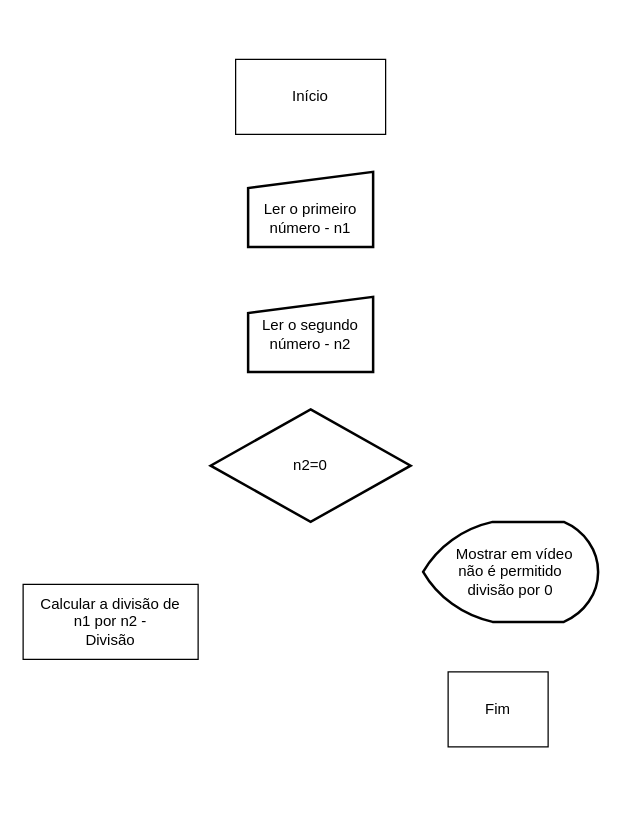
This is Diagrama sem nome.drawio from isabellichrispiniano/projetoAlma-TIPI01, a draw.io file, before an edit. Source tidied: cells renumbered, new cells numbered last; positions are measured from the earlier drawing's top-left corner, leaving out a move shared by most shapes. Both pictures are drawn from the tidied source at 125%, with x=0, y=0 at pixel (22, 59).
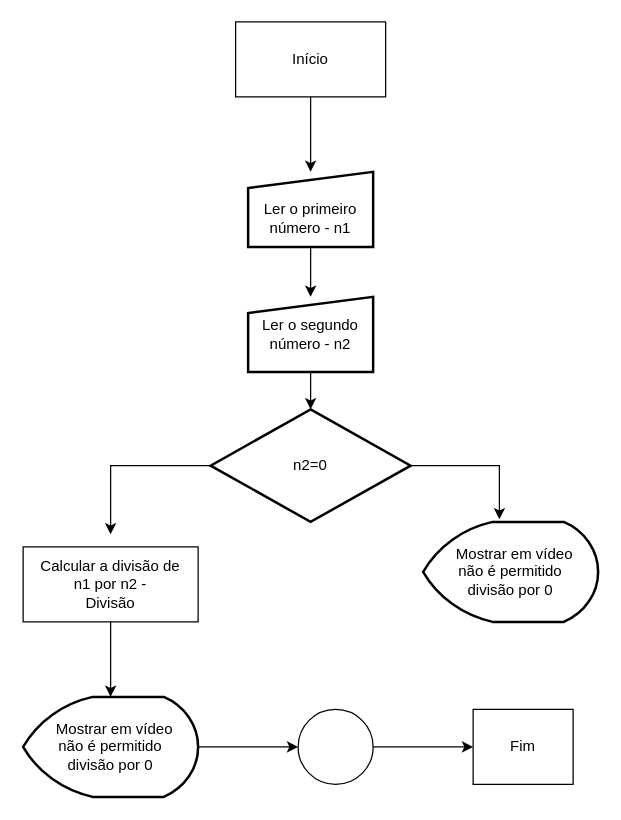
The same page after the edit.

The change refers to these unchanged cells:
```xml
<mxCell id="4" value="&lt;br&gt;Ler o primeiro&lt;br&gt;número - n1" style="html=1;strokeWidth=2;shape=manualInput;whiteSpace=wrap;rounded=1;size=13;arcSize=0;" parent="1" vertex="1">
  <mxGeometry x="180" y="90" width="100" height="60" as="geometry" />
</mxCell>
<mxCell id="5" value="Ler o segundo número - n2" style="html=1;strokeWidth=2;shape=manualInput;whiteSpace=wrap;rounded=1;size=13;arcSize=0;" parent="1" vertex="1">
  <mxGeometry x="180" y="190" width="100" height="60" as="geometry" />
</mxCell>
<mxCell id="6" value="n2=0" style="strokeWidth=2;html=1;shape=mxgraph.flowchart.decision;whiteSpace=wrap;" parent="1" vertex="1">
  <mxGeometry x="150" y="280" width="160" height="90" as="geometry" />
</mxCell>
<mxCell id="8" value="&amp;nbsp; &amp;nbsp;Mostrar em vídeo&amp;nbsp;&lt;br&gt;não é permitido&lt;br&gt;divisão por 0" style="strokeWidth=2;html=1;shape=mxgraph.flowchart.display;whiteSpace=wrap;" parent="1" vertex="1">
  <mxGeometry x="320" y="370" width="140" height="80" as="geometry" />
</mxCell>
```

Change to the diagram source:
```diff
@@
+    <mxCell id="9" style="edgeStyle=orthogonalEdgeStyle;rounded=0;jettySize=auto;html=1;" parent="1" edge="1" source="2" target="4">
+      <mxGeometry relative="1" as="geometry" />
+    </mxCell>
     <mxCell id="2" value="Início&lt;br&gt;" style="rounded=0;whiteSpace=wrap;html=1;" parent="1" vertex="1">
-      <mxGeometry x="170" width="120" height="60" as="geometry" />
+      <mxGeometry x="170" y="-30" width="120" height="60" as="geometry" />
     </mxCell>
     <mxCell id="3" value="Fim" style="rounded=0;whiteSpace=wrap;html=1;" parent="1" vertex="1">
-      <mxGeometry x="340" y="490" width="80" height="60" as="geometry" />
+      <mxGeometry x="360" y="520" width="80" height="60" as="geometry" />
     </mxCell>
+    <mxCell id="10" style="edgeStyle=orthogonalEdgeStyle;rounded=0;jettySize=auto;html=1;" parent="1" edge="1" source="4" target="5">
+      <mxGeometry relative="1" as="geometry" />
+    </mxCell>
@@
+    <mxCell id="11" style="edgeStyle=orthogonalEdgeStyle;rounded=0;jettySize=auto;html=1;" parent="1" edge="1" source="5" target="6">
+      <mxGeometry relative="1" as="geometry" />
+    </mxCell>
@@
+    <mxCell id="12" style="edgeStyle=orthogonalEdgeStyle;rounded=0;jettySize=auto;html=1;" parent="1" edge="1" source="6">
+      <mxGeometry relative="1" as="geometry">
+        <mxPoint x="70" y="380" as="targetPoint" />
+        <Array as="points">
+          <mxPoint x="70" y="325" />
+        </Array>
+      </mxGeometry>
+    </mxCell>
+    <mxCell id="13" style="edgeStyle=orthogonalEdgeStyle;rounded=0;jettySize=auto;html=1;entryX=0.436;entryY=-0.025;entryDx=0;entryDy=0;entryPerimeter=0;" parent="1" edge="1" source="6" target="8">
+      <mxGeometry relative="1" as="geometry">
+        <Array as="points">
+          <mxPoint x="381" y="325" />
+        </Array>
+      </mxGeometry>
+    </mxCell>
@@
+    <mxCell id="14" style="edgeStyle=orthogonalEdgeStyle;rounded=0;jettySize=auto;html=1;" parent="1" edge="1" source="7" target="16">
+      <mxGeometry relative="1" as="geometry" />
+    </mxCell>
     <mxCell id="7" value="Calcular a divisão de&lt;br&gt;&amp;nbsp;n1 por n2 -&amp;nbsp;&lt;br&gt;Divisão" style="rounded=0;whiteSpace=wrap;html=1;" parent="1" vertex="1">
-      <mxGeometry y="420" width="140" height="60" as="geometry" />
+      <mxGeometry y="390" width="140" height="60" as="geometry" />
     </mxCell>
@@
+    <mxCell id="15" style="edgeStyle=orthogonalEdgeStyle;rounded=0;jettySize=auto;html=1;" parent="1" edge="1" source="16" target="18">
+      <mxGeometry relative="1" as="geometry" />
+    </mxCell>
+    <mxCell id="16" value="&amp;nbsp; &amp;nbsp;Mostrar em vídeo&amp;nbsp;&lt;br&gt;não é permitido&lt;br&gt;divisão por 0" style="strokeWidth=2;html=1;shape=mxgraph.flowchart.display;whiteSpace=wrap;" parent="1" vertex="1">
+      <mxGeometry y="510" width="140" height="80" as="geometry" />
+    </mxCell>
+    <mxCell id="17" style="edgeStyle=orthogonalEdgeStyle;rounded=0;jettySize=auto;html=1;" parent="1" edge="1" source="18" target="3">
+      <mxGeometry relative="1" as="geometry" />
+    </mxCell>
+    <mxCell id="18" style="verticalLabelPosition=bottom;verticalAlign=top;html=1;shape=mxgraph.flowchart.on-page_reference;" parent="1" vertex="1">
+      <mxGeometry x="220" y="520" width="60" height="60" as="geometry" />
+    </mxCell>
```
